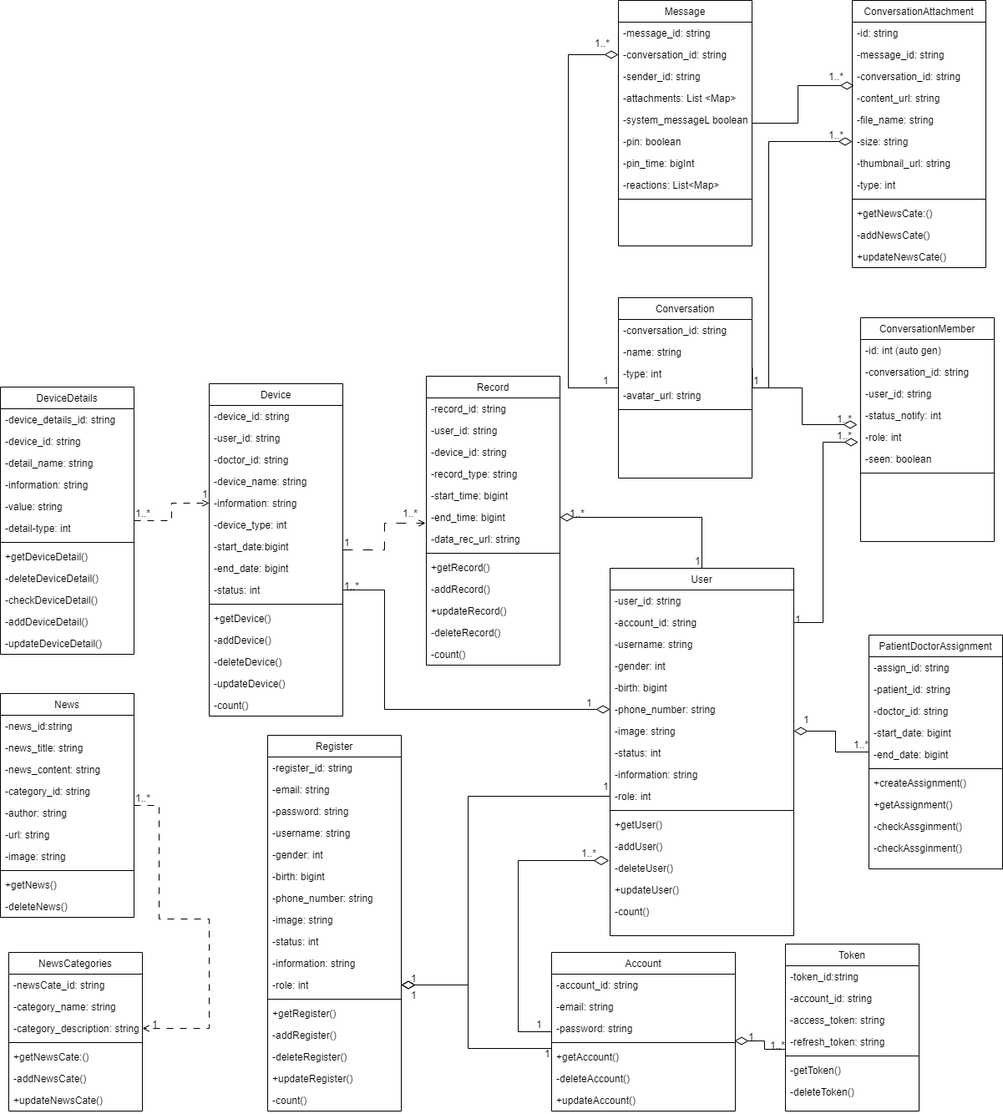
This is latex_thesis/Images/UML/UMl.drawio.png from techcomrade/fmECG, a draw.io export, as it was before one commit. Source tidied: cells renumbered, new cells last; positions are measured from the earlier drawing's top-left corner, leaving out a move shared by most shapes.
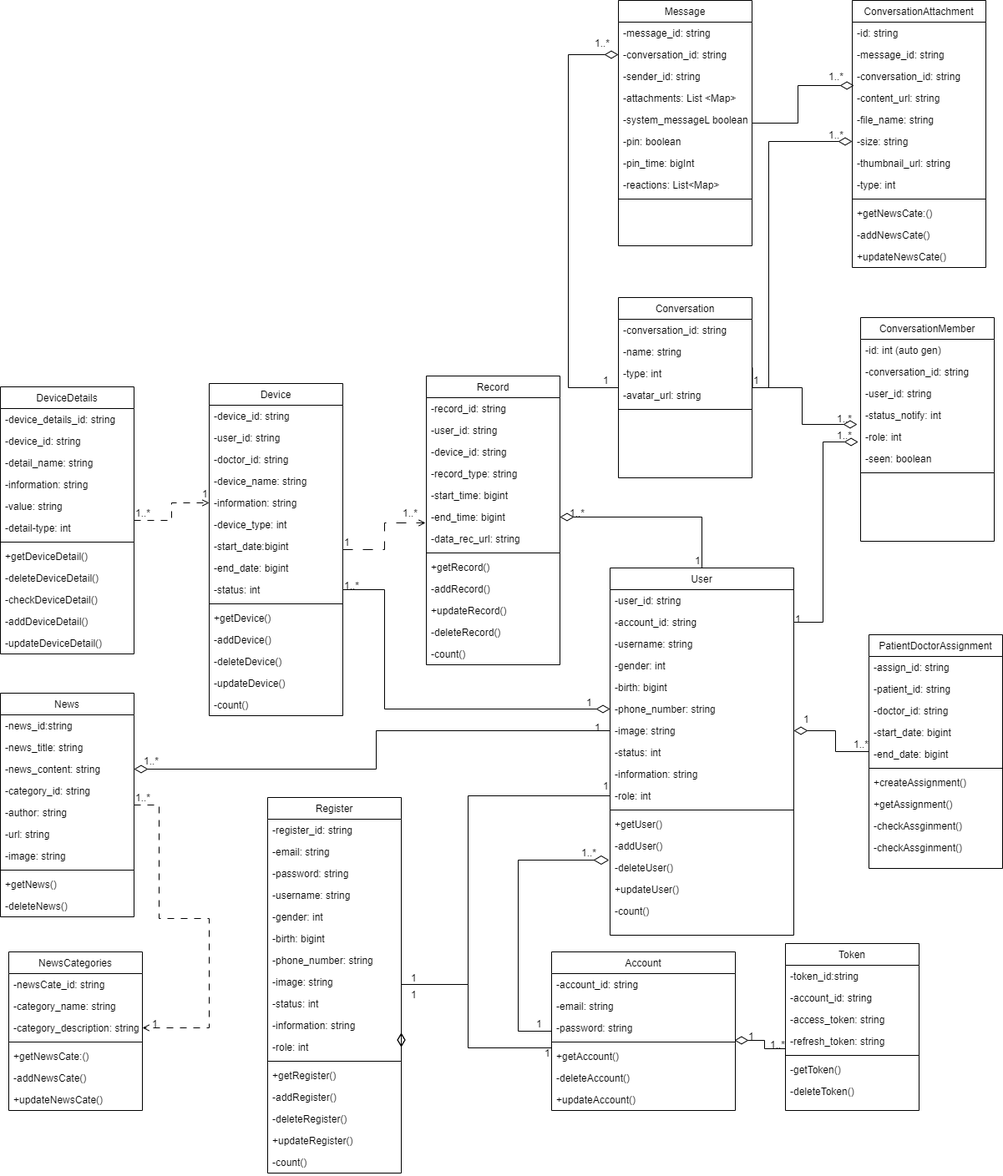
The same file after the commit.

Commit message:
fix(desktop): fix image UML

What changed in the source:
```diff
@@ -343,7 +343,7 @@
       <mxGeometry y="242" width="160" height="26" as="geometry" />
     </mxCell>
     <mxCell id="113" value="Register " style="swimlane;fontStyle=0;align=center;verticalAlign=top;horizontal=1;startSize=26;rounded=0;shadow=0;strokeWidth=1;" parent="1" vertex="1">
-      <mxGeometry x="320" y="880" width="160" height="450" as="geometry" />
+      <mxGeometry x="320" y="955" width="160" height="450" as="geometry" />
     </mxCell>
     <mxCell id="114" value="-register_id: string" style="text;align=left;verticalAlign=top;spacingLeft=4;spacingRight=4;overflow=hidden;" parent="113" vertex="1">
       <mxGeometry y="26" width="160" height="26" as="geometry" />
@@ -654,5 +654,14 @@
     <mxCell id="205" value="1" style="align=left;verticalAlign=bottom;labelBackgroundColor=none;fontSize=12;direction=south;" parent="1" vertex="1">
       <mxGeometry x="720" y="464" as="geometry" />
     </mxCell>
+    <mxCell id="206" style="edgeStyle=orthogonalEdgeStyle;rounded=0;jettySize=auto;html=1;entryX=1;entryY=0.5;entryDx=0;entryDy=0;endArrow=diamondThin;endFill=0;endSize=14;" parent="1" edge="1" source="10" target="46">
+      <mxGeometry relative="1" as="geometry" />
+    </mxCell>
+    <mxCell id="207" value="1" style="align=left;verticalAlign=bottom;labelBackgroundColor=none;fontSize=12;direction=south;" parent="1" vertex="1">
+      <mxGeometry x="710" y="880" as="geometry" />
+    </mxCell>
+    <mxCell id="208" value="1..*" style="align=left;verticalAlign=bottom;labelBackgroundColor=none;fontSize=12;direction=south;" parent="1" vertex="1">
+      <mxGeometry x="170" y="920" as="geometry" />
+    </mxCell>
   </root>
 </mxGraphModel>
```
